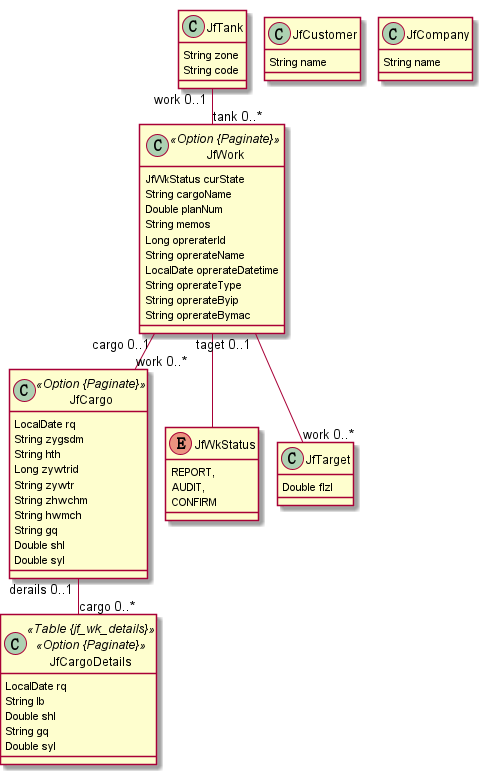
ygfgit/rzbid keeps this PlantUML diagram as jdl/rzg-mobile.png. Above is the earlier version.
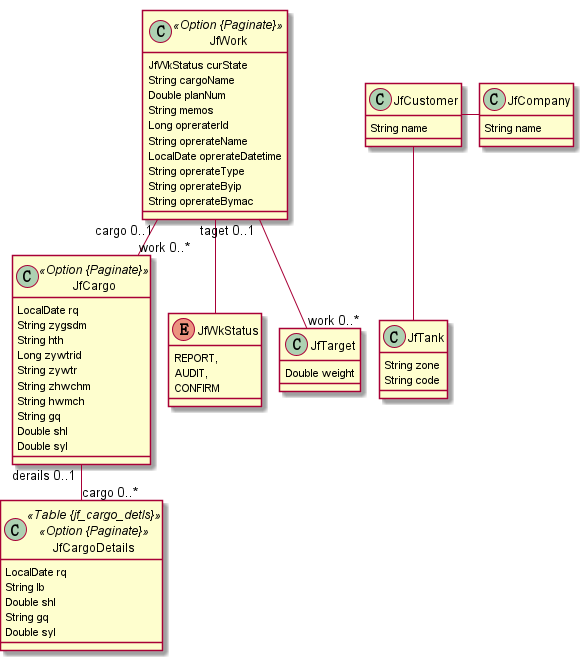
Above is the later version.

Commit message:
流向信息表字段名修改

Diff of the diagram source:
```diff
@@ -13,7 +13,7 @@
 		Double shl
 		Double syl
 	}
-	class JfCargoDetails <<Table {jf_wk_details}>><<Option {Paginate}>> {
+	class JfCargoDetails <<Table {jf_cargo_detls}>><<Option {Paginate}>> {
 		LocalDate rq
 		String lb
 		Double shl
@@ -49,10 +49,9 @@
 		CONFIRM
 	}
 	class JfTarget  {
-		Double flzl
+		Double weight
 	}
 	JfCargo  "derails 0..1 " --o "cargo 0..* "  JfCargoDetails
 	JfWork  "cargo 0..1 " --o "work 0..* "  JfCargo
 	JfWork  "taget 0..1 " --o "work 0..* "  JfTarget
-	JfTank  "work 0..1 " --o "tank 0..* "  JfWork
 @enduml
```
